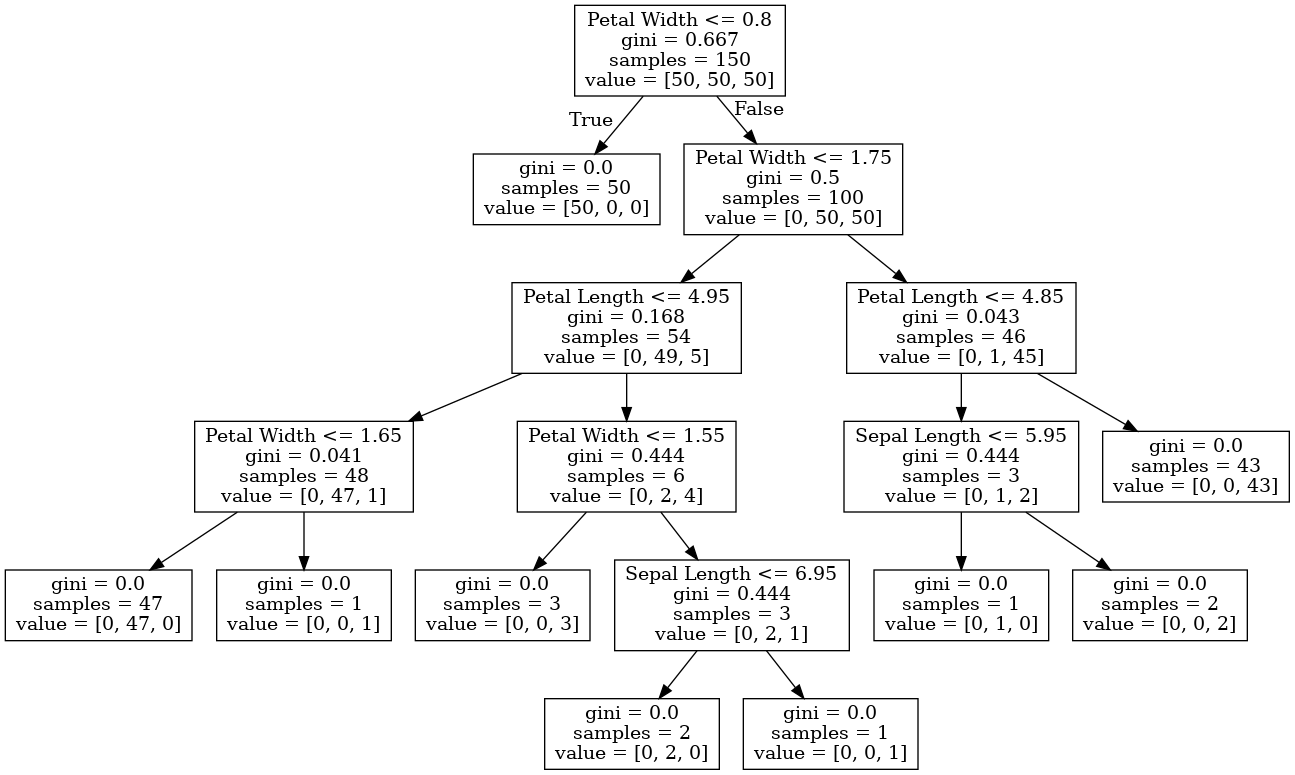
Earlier version of the Graphviz export tree.png (jcorrean/mypythonadventure). Its source is kept beside it as tree.dot.
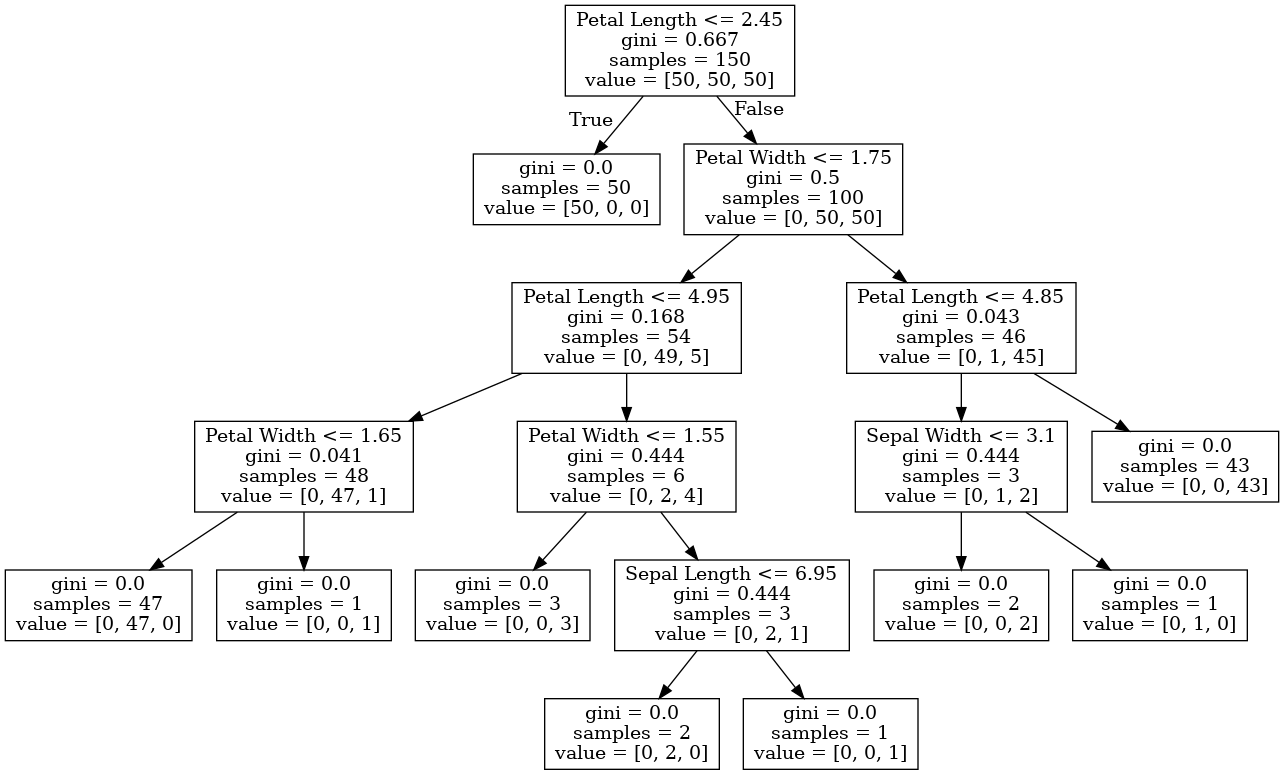
The same file after the commit.

The edit, as a diff of the source:
```diff
@@ -1,6 +1,6 @@
 digraph Tree {
 node [shape=box] ;
-0 [label="Petal Width <= 0.8\ngini = 0.667\nsamples = 150\nvalue = [50, 50, 50]"] ;
+0 [label="Petal Length <= 2.45\ngini = 0.667\nsamples = 150\nvalue = [50, 50, 50]"] ;
 1 [label="gini = 0.0\nsamples = 50\nvalue = [50, 0, 0]"] ;
 0 -> 1 [labeldistance=2.5, labelangle=45, headlabel="True"] ;
 2 [label="Petal Width <= 1.75\ngini = 0.5\nsamples = 100\nvalue = [0, 50, 50]"] ;
@@ -25,11 +25,11 @@
 9 -> 11 ;
 12 [label="Petal Length <= 4.85\ngini = 0.043\nsamples = 46\nvalue = [0, 1, 45]"] ;
 2 -> 12 ;
-13 [label="Sepal Length <= 5.95\ngini = 0.444\nsamples = 3\nvalue = [0, 1, 2]"] ;
+13 [label="Sepal Width <= 3.1\ngini = 0.444\nsamples = 3\nvalue = [0, 1, 2]"] ;
 12 -> 13 ;
-14 [label="gini = 0.0\nsamples = 1\nvalue = [0, 1, 0]"] ;
+14 [label="gini = 0.0\nsamples = 2\nvalue = [0, 0, 2]"] ;
 13 -> 14 ;
-15 [label="gini = 0.0\nsamples = 2\nvalue = [0, 0, 2]"] ;
+15 [label="gini = 0.0\nsamples = 1\nvalue = [0, 1, 0]"] ;
 13 -> 15 ;
 16 [label="gini = 0.0\nsamples = 43\nvalue = [0, 0, 43]"] ;
 12 -> 16 ;
```
